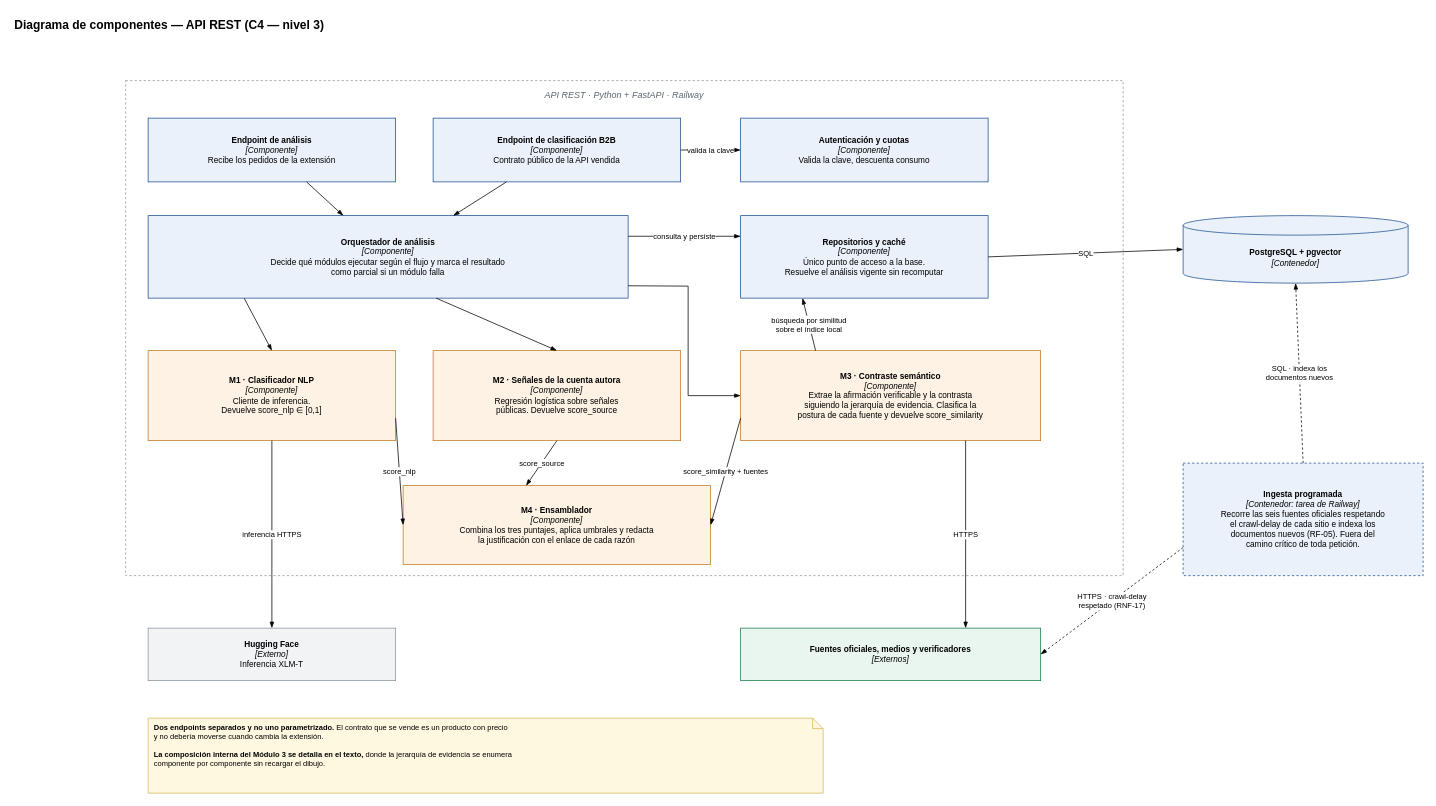
martinnbejarano/PFI-Wiki keeps this draw.io diagram as wiki/assets/diagramas/c4-componentes.drawio. Above is the earlier version. Source tidied: cells renumbered, new cells numbered last; positions are measured from the earlier drawing's top-left corner, leaving out a move shared by most shapes. Both pictures are drawn from the tidied source at 75%, with x=0, y=0 at pixel (13, 13).
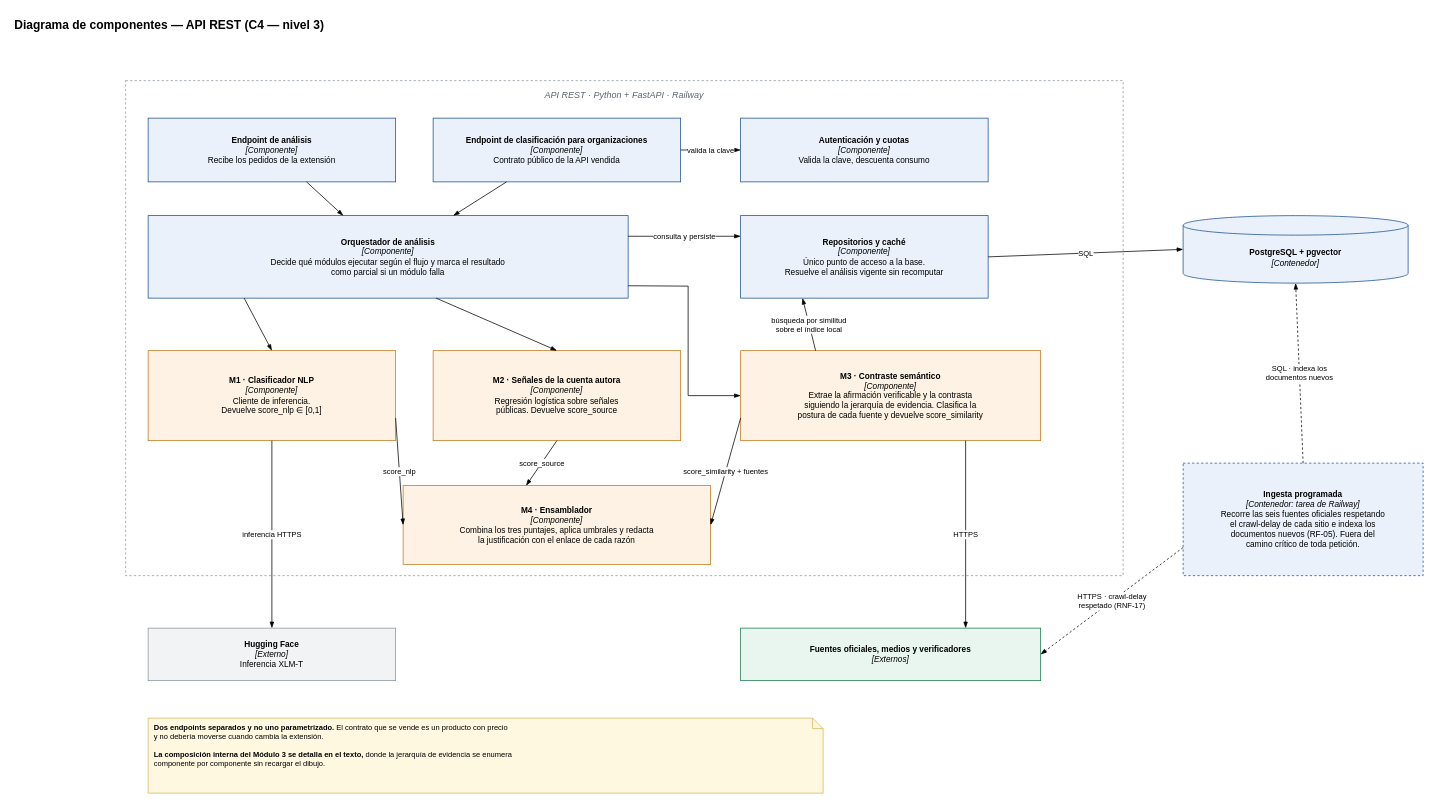
After the change.

Diff of the diagram source:
```diff
@@
-    <mxCell id="5" value="&lt;b&gt;Endpoint de clasificación B2B&lt;/b&gt;&lt;br&gt;&lt;i&gt;[Componente]&lt;/i&gt;&lt;br&gt;Contrato público de la API vendida" style="rounded=0;whiteSpace=wrap;html=1;fontSize=11;align=center;fillColor=#eaf1fa;strokeColor=#1b4f8f;" parent="1" vertex="1">
+    <mxCell id="5" value="&lt;b&gt;Endpoint de clasificación para organizaciones&lt;/b&gt;&lt;br&gt;&lt;i&gt;[Componente]&lt;/i&gt;&lt;br&gt;Contrato público de la API vendida" style="rounded=0;whiteSpace=wrap;html=1;fontSize=11;align=center;fillColor=#eaf1fa;strokeColor=#1b4f8f;" parent="1" vertex="1">
       <mxGeometry x="560" y="140" width="330" height="85" as="geometry" />
     </mxCell>
```
